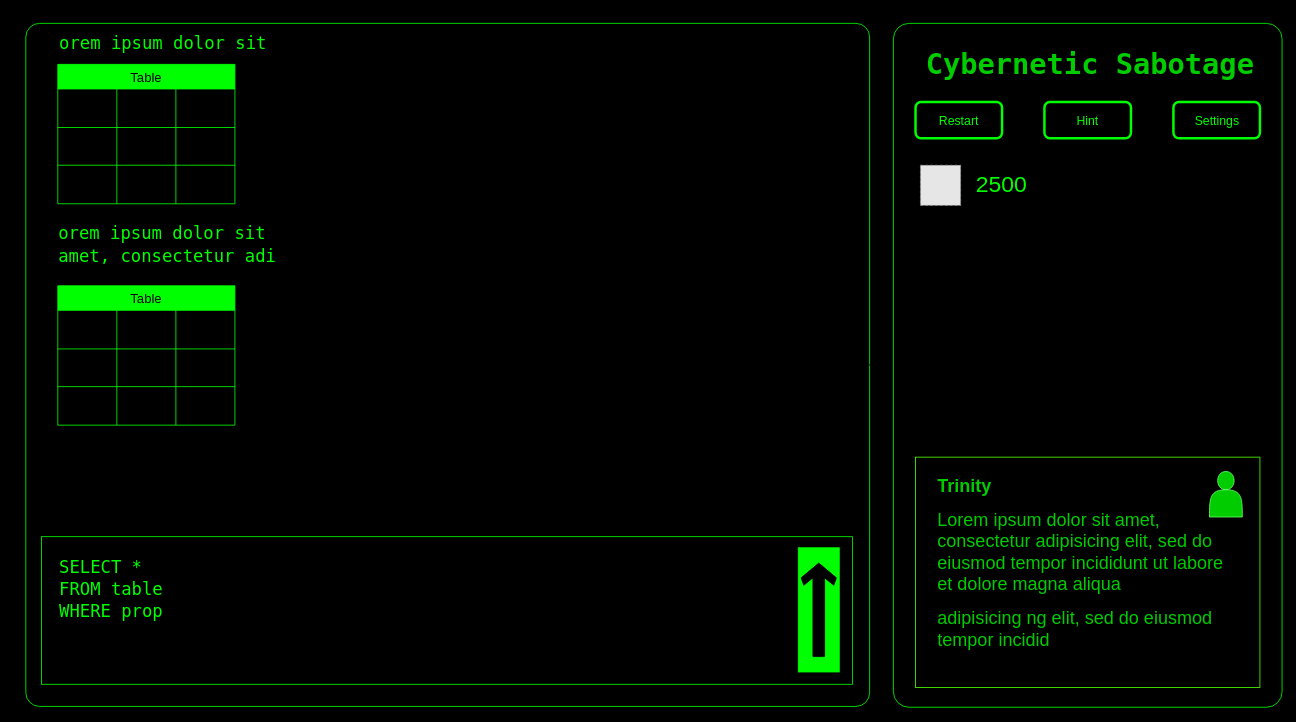
This is UI/Main Game Screen.drawio from lakshagarwal/CyberneticSabotage, a draw.io file, before an edit. Source tidied: cells renumbered, new cells numbered last; positions are measured from the earlier drawing's top-left corner, leaving out a move shared by most shapes. Both pictures are drawn from the tidied source at 82%, with x=0, y=0 at pixel (20, 14). Pictures stored in the file or linked from it are replaced by grey dashed boxes.
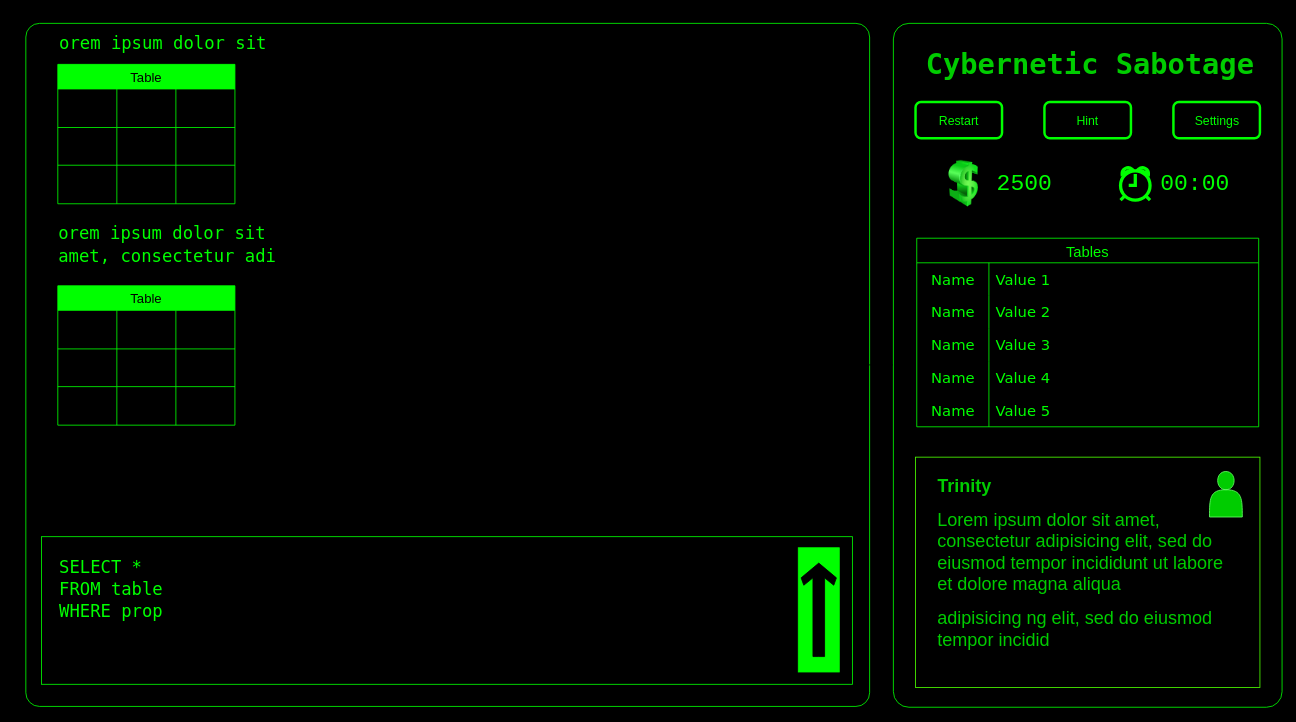
Above is the later version.

Change to the diagram source:
```diff
@@
-    <mxCell id="45" style="fillColor=#E6E6E6;strokeColor=#999999;dashed=1;html=1;verticalAlign=top;verticalLabelPosition=bottom;labelBackgroundColor=#ffffff;" parent="1" vertex="1">
-      <mxGeometry x="1098" y="184" width="49" height="49" as="geometry" />
-    </mxCell>
-    <mxCell id="46" value="&lt;font style=&quot;font-size: 28px;&quot; color=&quot;#00ff00&quot;&gt;2500&lt;/font&gt;" style="text;html=1;strokeColor=none;fillColor=none;align=center;verticalAlign=middle;whiteSpace=wrap;rounded=0;" parent="1" vertex="1">
-      <mxGeometry x="1167" y="191.5" width="60" height="30" as="geometry" />
+    <mxCell id="46" value="&lt;font style=&quot;font-size: 28px;&quot; color=&quot;#00ff00&quot;&gt;2500&lt;/font&gt;" style="text;html=1;strokeColor=none;fillColor=none;align=center;verticalAlign=middle;whiteSpace=wrap;rounded=0;fontFamily=Courier New;" parent="1" vertex="1">
+      <mxGeometry x="1195" y="191.5" width="60" height="30" as="geometry" />
     </mxCell>
+    <mxCell id="47" style="image;html=1;image=img/lib/clip_art/finance/Dollar_128x128.png;" parent="1" vertex="1">
+      <mxGeometry x="1129" y="178" width="43" height="57" as="geometry" />
+    </mxCell>
+    <mxCell id="48" style="html=1;verticalLabelPosition=bottom;align=center;labelBackgroundColor=#ffffff;verticalAlign=top;strokeWidth=4;strokeColor=#00FF00;shadow=0;dashed=0;shape=mxgraph.ios7.icons.alarm_clock;fillColor=none;fontSize=17;perimeterSpacing=2;" parent="1" vertex="1">
+      <mxGeometry x="1342" y="186.5" width="36" height="40" as="geometry" />
+    </mxCell>
+    <mxCell id="49" value="&lt;font face=&quot;Courier New&quot; style=&quot;font-size: 28px;&quot; color=&quot;#00ff00&quot;&gt;00:00&lt;/font&gt;" style="text;html=1;strokeColor=none;fillColor=none;align=center;verticalAlign=middle;whiteSpace=wrap;rounded=0;" parent="1" vertex="1">
+      <mxGeometry x="1403" y="191.5" width="60" height="30" as="geometry" />
+    </mxCell>
+    <mxCell id="50" value="Tables" style="shape=table;startSize=30;childLayout=tableLayout;rowLines=0;fontStyle=0;strokeColor=#00FF00;fontSize=18;fontColor=#00FF00;fillColor=none;" parent="1" vertex="1">
+      <mxGeometry x="1093.5" y="273" width="417" height="230" as="geometry" />
+    </mxCell>
+    <mxCell id="51" style="shape=tableRow;horizontal=0;startSize=0;swimlaneHead=0;swimlaneBody=0;top=0;left=0;bottom=0;right=0;fillColor=none;strokeColor=inherit;fontSize=16;" parent="50" vertex="1">
+      <mxGeometry y="30" width="417" height="40" as="geometry" />
+    </mxCell>
+    <mxCell id="52" value="&lt;font color=&quot;#00ff00&quot; style=&quot;font-size: 18px;&quot;&gt;Name&lt;/font&gt;" style="shape=partialRectangle;html=1;whiteSpace=wrap;fillColor=none;top=0;left=0;bottom=0;right=0;overflow=hidden;strokeColor=inherit;fontSize=18;fontFamily=Verdana;" parent="51" vertex="1">
+      <mxGeometry width="88" height="40" as="geometry" />
+    </mxCell>
+    <mxCell id="53" value="Value 1" style="shape=partialRectangle;html=1;whiteSpace=wrap;fillColor=none;top=0;left=0;bottom=0;right=0;align=left;spacingLeft=6;overflow=hidden;strokeColor=inherit;fontSize=18;fontColor=#00FF00;fontFamily=Verdana;" parent="51" vertex="1">
+      <mxGeometry x="88" width="329" height="40" as="geometry" />
+    </mxCell>
+    <mxCell id="54" style="shape=tableRow;horizontal=0;startSize=0;swimlaneHead=0;swimlaneBody=0;top=0;left=0;bottom=0;right=0;fillColor=none;strokeColor=inherit;fontSize=16;" parent="50" vertex="1">
+      <mxGeometry y="70" width="417" height="40" as="geometry" />
+    </mxCell>
+    <mxCell id="55" value="Name" style="shape=partialRectangle;html=1;whiteSpace=wrap;fillColor=none;top=0;left=0;bottom=0;right=0;overflow=hidden;strokeColor=inherit;fontSize=18;fontColor=#00FF00;fontFamily=Verdana;" parent="54" vertex="1">
+      <mxGeometry width="88" height="40" as="geometry" />
+    </mxCell>
+    <mxCell id="56" value="Value 2" style="shape=partialRectangle;html=1;whiteSpace=wrap;fillColor=none;top=0;left=0;bottom=0;right=0;align=left;spacingLeft=6;overflow=hidden;strokeColor=inherit;fontSize=18;fontColor=#00FF00;fontFamily=Verdana;" parent="54" vertex="1">
+      <mxGeometry x="88" width="329" height="40" as="geometry" />
+    </mxCell>
+    <mxCell id="57" style="shape=tableRow;horizontal=0;startSize=0;swimlaneHead=0;swimlaneBody=0;top=0;left=0;bottom=0;right=0;fillColor=none;strokeColor=inherit;fontSize=16;" parent="50" vertex="1">
+      <mxGeometry y="110" width="417" height="40" as="geometry" />
+    </mxCell>
+    <mxCell id="58" value="Name" style="shape=partialRectangle;html=1;whiteSpace=wrap;fillColor=none;top=0;left=0;bottom=0;right=0;overflow=hidden;strokeColor=inherit;fontSize=18;fontColor=#00FF00;fontFamily=Verdana;" parent="57" vertex="1">
+      <mxGeometry width="88" height="40" as="geometry" />
+    </mxCell>
+    <mxCell id="59" value="Value 3" style="shape=partialRectangle;html=1;whiteSpace=wrap;fillColor=none;top=0;left=0;bottom=0;right=0;align=left;spacingLeft=6;overflow=hidden;strokeColor=inherit;fontSize=18;fontColor=#00FF00;fontFamily=Verdana;" parent="57" vertex="1">
+      <mxGeometry x="88" width="329" height="40" as="geometry" />
+    </mxCell>
+    <mxCell id="60" style="shape=tableRow;horizontal=0;startSize=0;swimlaneHead=0;swimlaneBody=0;top=0;left=0;bottom=0;right=0;fillColor=none;strokeColor=inherit;fontSize=16;" parent="50" vertex="1">
+      <mxGeometry y="150" width="417" height="40" as="geometry" />
+    </mxCell>
+    <mxCell id="61" value="&lt;span style=&quot;color: rgb(0, 255, 0); font-size: 18px; font-style: normal; font-variant-ligatures: normal; font-variant-caps: normal; font-weight: 400; letter-spacing: normal; orphans: 2; text-align: center; text-indent: 0px; text-transform: none; widows: 2; word-spacing: 0px; -webkit-text-stroke-width: 0px; text-decoration-thickness: initial; text-decoration-style: initial; text-decoration-color: initial; float: none; display: inline !important;&quot;&gt;Name&lt;/span&gt;" style="shape=partialRectangle;html=1;whiteSpace=wrap;fillColor=none;top=0;left=0;bottom=0;right=0;overflow=hidden;strokeColor=inherit;fontSize=18;fontColor=#00FF00;fontFamily=Verdana;" parent="60" vertex="1">
+      <mxGeometry width="88" height="40" as="geometry" />
+    </mxCell>
+    <mxCell id="62" value="Value 4" style="shape=partialRectangle;html=1;whiteSpace=wrap;fillColor=none;top=0;left=0;bottom=0;right=0;align=left;spacingLeft=6;overflow=hidden;strokeColor=inherit;fontSize=18;fontColor=#00FF00;fontFamily=Verdana;" parent="60" vertex="1">
+      <mxGeometry x="88" width="329" height="40" as="geometry" />
+    </mxCell>
+    <mxCell id="63" style="shape=tableRow;horizontal=0;startSize=0;swimlaneHead=0;swimlaneBody=0;top=0;left=0;bottom=0;right=0;fillColor=none;strokeColor=inherit;fontSize=16;" parent="50" vertex="1">
+      <mxGeometry y="190" width="417" height="40" as="geometry" />
+    </mxCell>
+    <mxCell id="64" value="Name" style="shape=partialRectangle;html=1;whiteSpace=wrap;fillColor=none;top=0;left=0;bottom=0;right=0;overflow=hidden;strokeColor=inherit;fontSize=18;fontColor=#00FF00;fontFamily=Verdana;" parent="63" vertex="1">
+      <mxGeometry width="88" height="40" as="geometry" />
+    </mxCell>
+    <mxCell id="65" value="Value 5" style="shape=partialRectangle;html=1;whiteSpace=wrap;fillColor=none;top=0;left=0;bottom=0;right=0;align=left;spacingLeft=6;overflow=hidden;strokeColor=inherit;fontSize=18;fontColor=#00FF00;fontFamily=Verdana;" parent="63" vertex="1">
+      <mxGeometry x="88" width="329" height="40" as="geometry" />
+    </mxCell>
```
